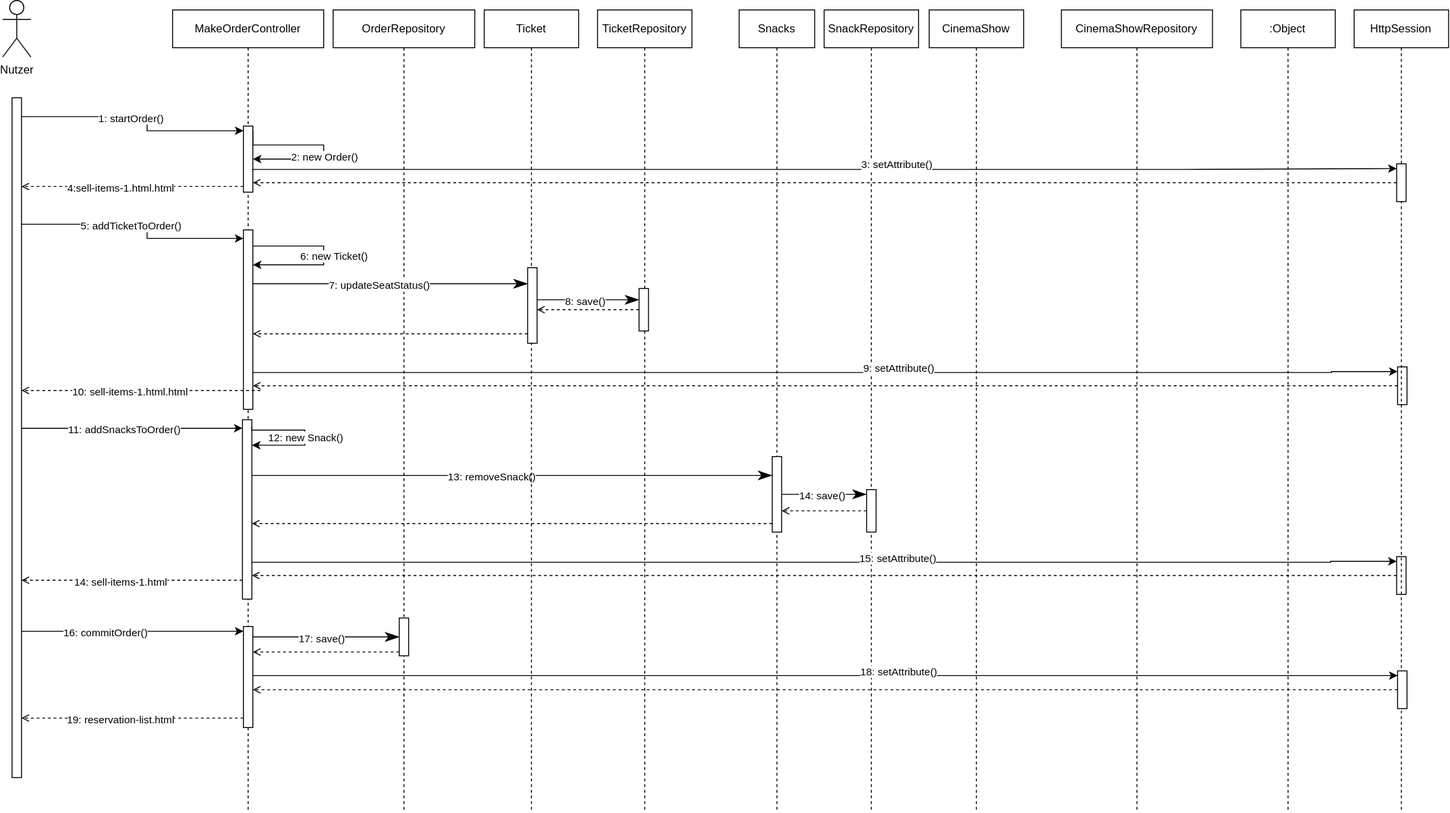
Before: src/main/asciidoc/models/design/Kassensubsystem/SequenzDiagramm_Kassensubsystem.svg, a diagram exported from draw.io (Leonard0108/Anwendungsprogrammierung). Source tidied: cells renumbered, new cells last; positions are measured from the earlier drawing's top-left corner, leaving out a move shared by most shapes.
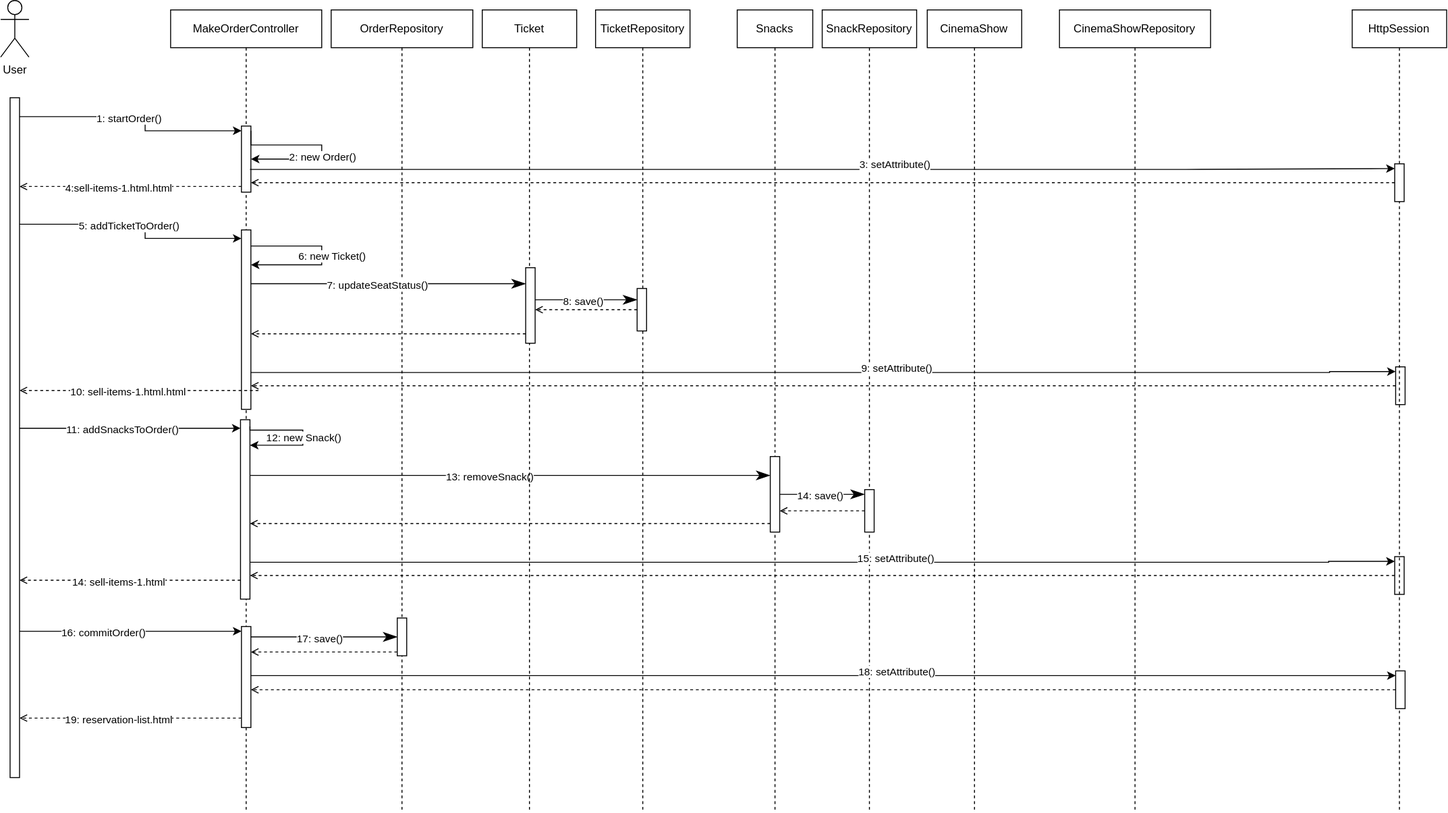
The same file after the commit.

Change to the diagram source:
```diff
@@ -2,7 +2,7 @@
   <root>
     <mxCell id="0" />
     <mxCell id="1" parent="0" />
-    <mxCell id="2" value="Nutzer" style="shape=umlActor;verticalLabelPosition=bottom;verticalAlign=top;html=1;" parent="1" vertex="1">
+    <mxCell id="2" value="User" style="shape=umlActor;verticalLabelPosition=bottom;verticalAlign=top;html=1;" parent="1" vertex="1">
       <mxGeometry width="30" height="60" as="geometry" />
     </mxCell>
     <mxCell id="3" value="MakeOrderController" style="shape=umlLifeline;perimeter=lifelinePerimeter;whiteSpace=wrap;html=1;newEdgeStyle={&quot;curved&quot;:0,&quot;rounded&quot;:0};" parent="1" vertex="1">
@@ -308,9 +308,6 @@
     <mxCell id="58" style="html=1;points=[[0,0,0,0,5],[0,1,0,0,-5],[1,0,0,0,5],[1,1,0,0,-5]];perimeter=orthogonalPerimeter;outlineConnect=0;targetShapes=umlLifeline;portConstraint=eastwest;newEdgeStyle={&quot;curved&quot;:0,&quot;rounded&quot;:0};" parent="1" vertex="1">
       <mxGeometry x="420" y="654" width="10" height="40" as="geometry" />
     </mxCell>
-    <mxCell id="59" value=":Object" style="shape=umlLifeline;perimeter=lifelinePerimeter;whiteSpace=wrap;html=1;" parent="1" vertex="1">
-      <mxGeometry x="1311.2" y="10" width="100" height="850" as="geometry" />
-    </mxCell>
     <mxCell id="60" value="Snacks" style="shape=umlLifeline;perimeter=lifelinePerimeter;whiteSpace=wrap;html=1;newEdgeStyle={&quot;curved&quot;:0,&quot;rounded&quot;:0};" parent="1" vertex="1">
       <mxGeometry x="780" y="10" width="80" height="850" as="geometry" />
     </mxCell>
```
